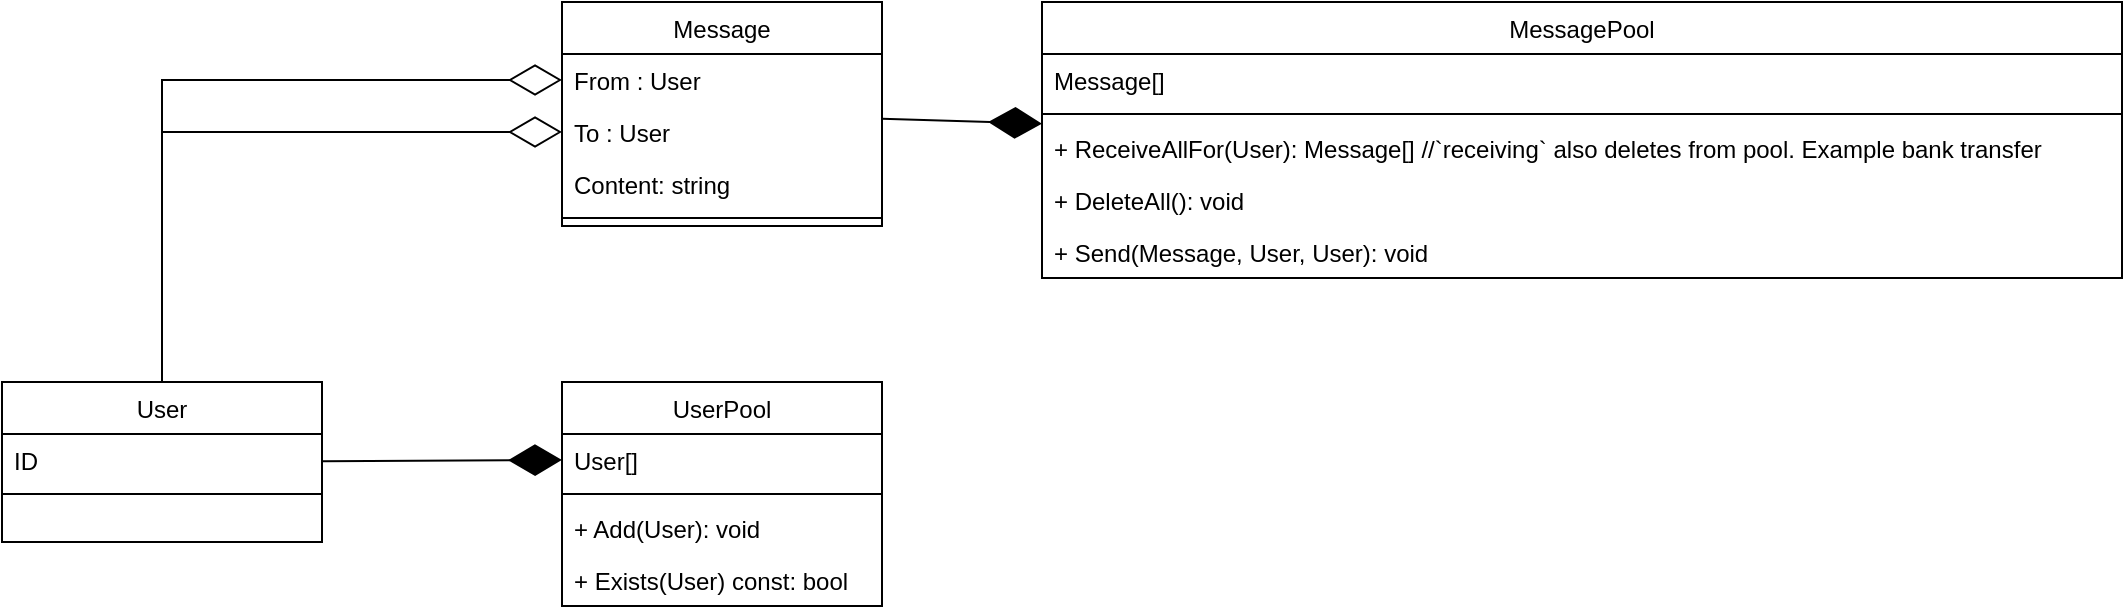
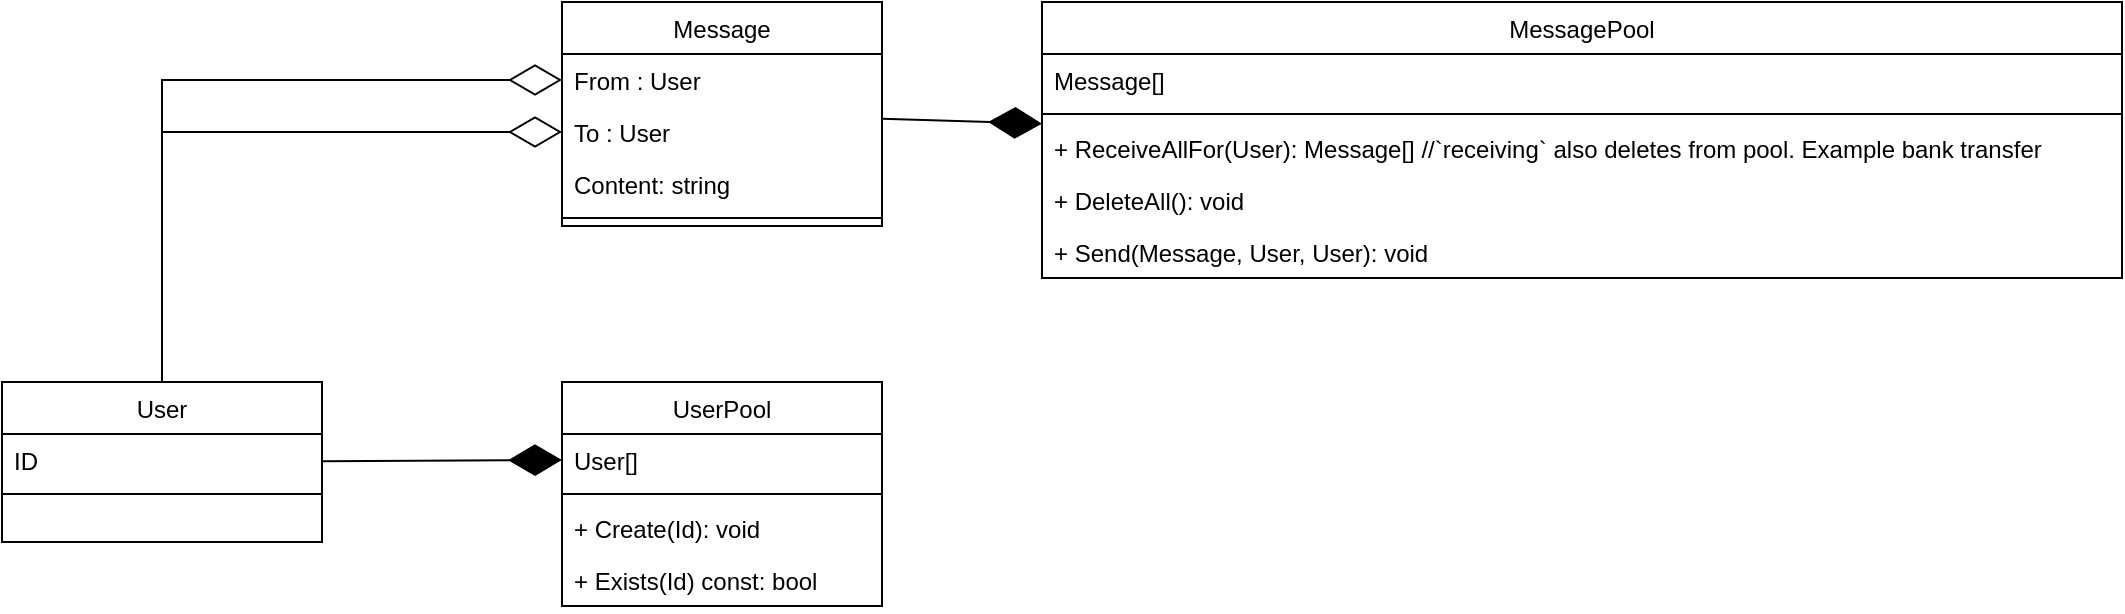
<mxfile host="app.diagrams.net">
  <diagram id="C5RBs43oDa-KdzZeNtuy" name="Page-1">
    <mxGraphModel dx="2241" dy="743" grid="1" gridSize="10" guides="1" tooltips="1" connect="1" arrows="1" fold="1" page="1" pageScale="1" pageWidth="827" pageHeight="1169" math="0" shadow="0">
      <root>
        <mxCell id="WIyWlLk6GJQsqaUBKTNV-0" />
        <mxCell id="WIyWlLk6GJQsqaUBKTNV-1" parent="WIyWlLk6GJQsqaUBKTNV-0" />
        <mxCell id="zkfFHV4jXpPFQw0GAbJ--0" parent="WIyWlLk6GJQsqaUBKTNV-1" style="swimlane;fontStyle=0;align=center;verticalAlign=top;childLayout=stackLayout;horizontal=1;startSize=26;horizontalStack=0;resizeParent=1;resizeLast=0;collapsible=1;marginBottom=0;rounded=0;shadow=0;strokeWidth=1;" value="User" vertex="1">
          <mxGeometry height="80" width="160" x="-350" y="320" as="geometry">
            <mxRectangle height="26" width="160" x="230" y="140" as="alternateBounds" />
          </mxGeometry>
        </mxCell>
        <mxCell id="zkfFHV4jXpPFQw0GAbJ--1" parent="zkfFHV4jXpPFQw0GAbJ--0" style="text;align=left;verticalAlign=top;spacingLeft=4;spacingRight=4;overflow=hidden;rotatable=0;points=[[0,0.5],[1,0.5]];portConstraint=eastwest;" value="ID" vertex="1">
          <mxGeometry height="26" width="160" y="26" as="geometry" />
        </mxCell>
        <mxCell id="zkfFHV4jXpPFQw0GAbJ--4" parent="zkfFHV4jXpPFQw0GAbJ--0" style="line;html=1;strokeWidth=1;align=left;verticalAlign=middle;spacingTop=-1;spacingLeft=3;spacingRight=3;rotatable=0;labelPosition=right;points=[];portConstraint=eastwest;" value="" vertex="1">
          <mxGeometry height="8" width="160" y="52" as="geometry" />
        </mxCell>
        <mxCell id="-3tJNCjm7L6PnxAvqzmT-0" parent="WIyWlLk6GJQsqaUBKTNV-1" style="swimlane;fontStyle=0;align=center;verticalAlign=top;childLayout=stackLayout;horizontal=1;startSize=26;horizontalStack=0;resizeParent=1;resizeLast=0;collapsible=1;marginBottom=0;rounded=0;shadow=0;strokeWidth=1;" value="Message" vertex="1">
          <mxGeometry height="112" width="160" x="-70" y="130" as="geometry">
            <mxRectangle height="26" width="160" x="230" y="140" as="alternateBounds" />
          </mxGeometry>
        </mxCell>
        <mxCell id="-3tJNCjm7L6PnxAvqzmT-1" parent="-3tJNCjm7L6PnxAvqzmT-0" style="text;align=left;verticalAlign=top;spacingLeft=4;spacingRight=4;overflow=hidden;rotatable=0;points=[[0,0.5],[1,0.5]];portConstraint=eastwest;" value="From : User" vertex="1">
          <mxGeometry height="26" width="160" y="26" as="geometry" />
        </mxCell>
        <mxCell id="-3tJNCjm7L6PnxAvqzmT-9" parent="-3tJNCjm7L6PnxAvqzmT-0" style="text;align=left;verticalAlign=top;spacingLeft=4;spacingRight=4;overflow=hidden;rotatable=0;points=[[0,0.5],[1,0.5]];portConstraint=eastwest;" value="To : User" vertex="1">
          <mxGeometry height="26" width="160" y="52" as="geometry" />
        </mxCell>
        <mxCell id="-3tJNCjm7L6PnxAvqzmT-8" parent="-3tJNCjm7L6PnxAvqzmT-0" style="text;align=left;verticalAlign=top;spacingLeft=4;spacingRight=4;overflow=hidden;rotatable=0;points=[[0,0.5],[1,0.5]];portConstraint=eastwest;" value="Content: string" vertex="1">
          <mxGeometry height="26" width="160" y="78" as="geometry" />
        </mxCell>
        <mxCell id="-3tJNCjm7L6PnxAvqzmT-2" parent="-3tJNCjm7L6PnxAvqzmT-0" style="line;html=1;strokeWidth=1;align=left;verticalAlign=middle;spacingTop=-1;spacingLeft=3;spacingRight=3;rotatable=0;labelPosition=right;points=[];portConstraint=eastwest;" value="" vertex="1">
          <mxGeometry height="8" width="160" y="104" as="geometry" />
        </mxCell>
        <mxCell id="-3tJNCjm7L6PnxAvqzmT-3" parent="WIyWlLk6GJQsqaUBKTNV-1" style="swimlane;fontStyle=0;align=center;verticalAlign=top;childLayout=stackLayout;horizontal=1;startSize=26;horizontalStack=0;resizeParent=1;resizeLast=0;collapsible=1;marginBottom=0;rounded=0;shadow=0;strokeWidth=1;" value="UserPool" vertex="1">
          <mxGeometry height="112" width="160" x="-70" y="320" as="geometry">
            <mxRectangle height="26" width="160" x="230" y="140" as="alternateBounds" />
          </mxGeometry>
        </mxCell>
        <mxCell id="-3tJNCjm7L6PnxAvqzmT-4" parent="-3tJNCjm7L6PnxAvqzmT-3" style="text;align=left;verticalAlign=top;spacingLeft=4;spacingRight=4;overflow=hidden;rotatable=0;points=[[0,0.5],[1,0.5]];portConstraint=eastwest;" value="User[]" vertex="1">
          <mxGeometry height="26" width="160" y="26" as="geometry" />
        </mxCell>
        <mxCell id="-3tJNCjm7L6PnxAvqzmT-5" parent="-3tJNCjm7L6PnxAvqzmT-3" style="line;html=1;strokeWidth=1;align=left;verticalAlign=middle;spacingTop=-1;spacingLeft=3;spacingRight=3;rotatable=0;labelPosition=right;points=[];portConstraint=eastwest;" value="" vertex="1">
          <mxGeometry height="8" width="160" y="52" as="geometry" />
        </mxCell>
-         <mxCell id="-3tJNCjm7L6PnxAvqzmT-21" parent="-3tJNCjm7L6PnxAvqzmT-3" style="text;align=left;verticalAlign=top;spacingLeft=4;spacingRight=4;overflow=hidden;rotatable=0;points=[[0,0.5],[1,0.5]];portConstraint=eastwest;" value="+ Add(User): void" vertex="1">
+         <mxCell id="-3tJNCjm7L6PnxAvqzmT-21" parent="-3tJNCjm7L6PnxAvqzmT-3" style="text;align=left;verticalAlign=top;spacingLeft=4;spacingRight=4;overflow=hidden;rotatable=0;points=[[0,0.5],[1,0.5]];portConstraint=eastwest;" value="+ Create(Id): void" vertex="1">
          <mxGeometry height="26" width="160" y="60" as="geometry" />
        </mxCell>
-         <mxCell id="-3tJNCjm7L6PnxAvqzmT-7" parent="-3tJNCjm7L6PnxAvqzmT-3" style="text;align=left;verticalAlign=top;spacingLeft=4;spacingRight=4;overflow=hidden;rotatable=0;points=[[0,0.5],[1,0.5]];portConstraint=eastwest;" value="+ Exists(User) const: bool" vertex="1">
+         <mxCell id="-3tJNCjm7L6PnxAvqzmT-7" parent="-3tJNCjm7L6PnxAvqzmT-3" style="text;align=left;verticalAlign=top;spacingLeft=4;spacingRight=4;overflow=hidden;rotatable=0;points=[[0,0.5],[1,0.5]];portConstraint=eastwest;" value="+ Exists(Id) const: bool" vertex="1">
          <mxGeometry height="26" width="160" y="86" as="geometry" />
        </mxCell>
        <mxCell id="-3tJNCjm7L6PnxAvqzmT-6" edge="1" parent="WIyWlLk6GJQsqaUBKTNV-1" source="zkfFHV4jXpPFQw0GAbJ--0" style="endArrow=diamondThin;endFill=1;endSize=24;html=1;rounded=0;entryX=0;entryY=0.5;entryDx=0;entryDy=0;" target="-3tJNCjm7L6PnxAvqzmT-4" value="">
          <mxGeometry relative="1" width="160" as="geometry">
            <mxPoint x="-150" y="310" as="sourcePoint" />
            <mxPoint x="10" y="310" as="targetPoint" />
          </mxGeometry>
        </mxCell>
        <mxCell id="-3tJNCjm7L6PnxAvqzmT-10" edge="1" parent="WIyWlLk6GJQsqaUBKTNV-1" source="zkfFHV4jXpPFQw0GAbJ--0" style="endArrow=diamondThin;endFill=0;endSize=24;html=1;rounded=0;entryX=0;entryY=0.5;entryDx=0;entryDy=0;edgeStyle=orthogonalEdgeStyle;" target="-3tJNCjm7L6PnxAvqzmT-1" value="">
          <mxGeometry relative="1" width="160" as="geometry">
            <mxPoint x="-320" y="210" as="sourcePoint" />
            <mxPoint x="-160" y="210" as="targetPoint" />
          </mxGeometry>
        </mxCell>
        <mxCell id="-3tJNCjm7L6PnxAvqzmT-11" edge="1" parent="WIyWlLk6GJQsqaUBKTNV-1" source="zkfFHV4jXpPFQw0GAbJ--0" style="endArrow=diamondThin;endFill=0;endSize=24;html=1;rounded=0;entryX=0;entryY=0.5;entryDx=0;entryDy=0;edgeStyle=orthogonalEdgeStyle;" target="-3tJNCjm7L6PnxAvqzmT-9" value="">
          <mxGeometry relative="1" width="160" as="geometry">
            <mxPoint x="-310" y="611" as="sourcePoint" />
            <mxPoint x="-110" y="460" as="targetPoint" />
          </mxGeometry>
        </mxCell>
        <mxCell id="-3tJNCjm7L6PnxAvqzmT-12" parent="WIyWlLk6GJQsqaUBKTNV-1" style="swimlane;fontStyle=0;align=center;verticalAlign=top;childLayout=stackLayout;horizontal=1;startSize=26;horizontalStack=0;resizeParent=1;resizeLast=0;collapsible=1;marginBottom=0;rounded=0;shadow=0;strokeWidth=1;" value="MessagePool" vertex="1">
          <mxGeometry height="138" width="540" x="170" y="130" as="geometry">
            <mxRectangle height="26" width="160" x="230" y="140" as="alternateBounds" />
          </mxGeometry>
        </mxCell>
        <mxCell id="-3tJNCjm7L6PnxAvqzmT-15" parent="-3tJNCjm7L6PnxAvqzmT-12" style="text;align=left;verticalAlign=top;spacingLeft=4;spacingRight=4;overflow=hidden;rotatable=0;points=[[0,0.5],[1,0.5]];portConstraint=eastwest;" value="Message[]" vertex="1">
          <mxGeometry height="26" width="540" y="26" as="geometry" />
        </mxCell>
        <mxCell id="-3tJNCjm7L6PnxAvqzmT-16" parent="-3tJNCjm7L6PnxAvqzmT-12" style="line;html=1;strokeWidth=1;align=left;verticalAlign=middle;spacingTop=-1;spacingLeft=3;spacingRight=3;rotatable=0;labelPosition=right;points=[];portConstraint=eastwest;" value="" vertex="1">
          <mxGeometry height="8" width="540" y="52" as="geometry" />
        </mxCell>
        <mxCell id="-3tJNCjm7L6PnxAvqzmT-18" parent="-3tJNCjm7L6PnxAvqzmT-12" style="text;align=left;verticalAlign=top;spacingLeft=4;spacingRight=4;overflow=hidden;rotatable=0;points=[[0,0.5],[1,0.5]];portConstraint=eastwest;" value="+ ReceiveAllFor(User): Message[] //`receiving` also deletes from pool. Example bank transfer" vertex="1">
          <mxGeometry height="26" width="540" y="60" as="geometry" />
        </mxCell>
        <mxCell id="-3tJNCjm7L6PnxAvqzmT-19" parent="-3tJNCjm7L6PnxAvqzmT-12" style="text;align=left;verticalAlign=top;spacingLeft=4;spacingRight=4;overflow=hidden;rotatable=0;points=[[0,0.5],[1,0.5]];portConstraint=eastwest;" value="+ DeleteAll(): void" vertex="1">
          <mxGeometry height="26" width="540" y="86" as="geometry" />
        </mxCell>
        <mxCell id="-3tJNCjm7L6PnxAvqzmT-20" parent="-3tJNCjm7L6PnxAvqzmT-12" style="text;align=left;verticalAlign=top;spacingLeft=4;spacingRight=4;overflow=hidden;rotatable=0;points=[[0,0.5],[1,0.5]];portConstraint=eastwest;" value="+ Send(Message, User, User): void" vertex="1">
          <mxGeometry height="26" width="540" y="112" as="geometry" />
        </mxCell>
        <mxCell id="-3tJNCjm7L6PnxAvqzmT-17" edge="1" parent="WIyWlLk6GJQsqaUBKTNV-1" source="-3tJNCjm7L6PnxAvqzmT-0" style="endArrow=diamondThin;endFill=1;endSize=24;html=1;rounded=0;" target="-3tJNCjm7L6PnxAvqzmT-12" value="">
          <mxGeometry relative="1" width="160" as="geometry">
            <mxPoint x="150" y="451" as="sourcePoint" />
            <mxPoint x="270" y="450" as="targetPoint" />
          </mxGeometry>
        </mxCell>
      </root>
    </mxGraphModel>
  </diagram>
</mxfile>
